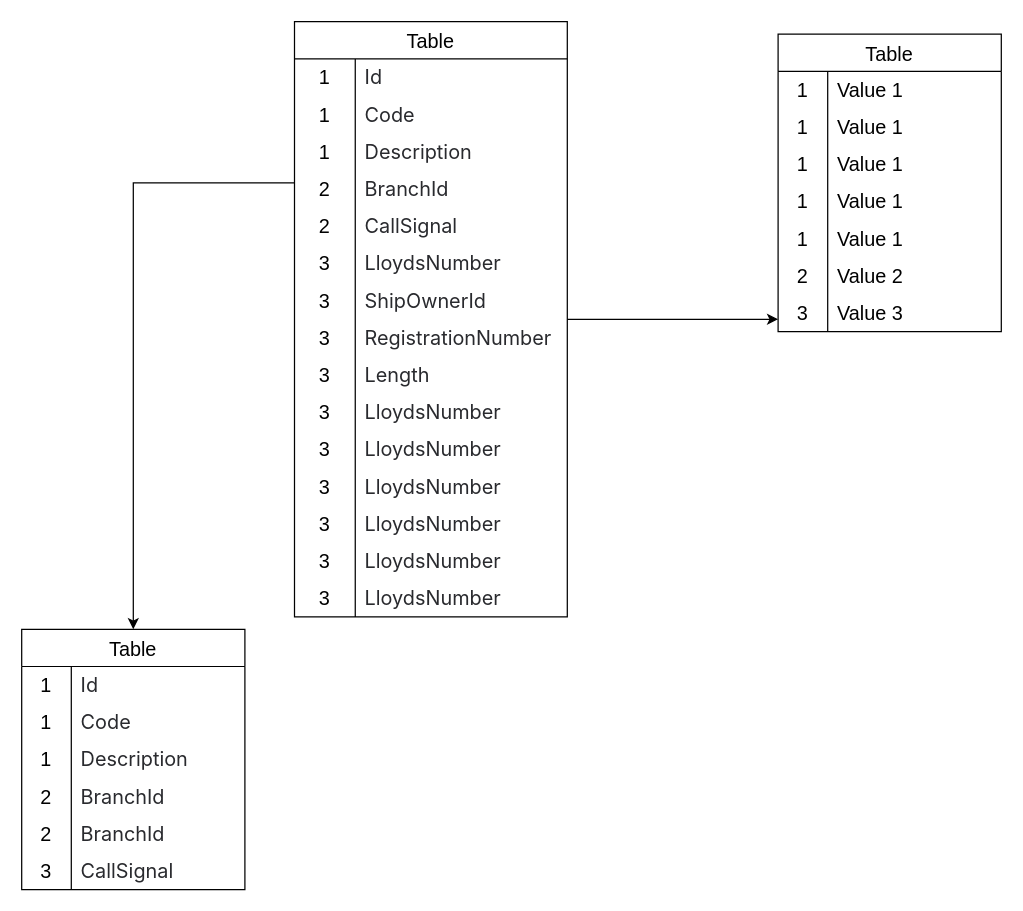
arreyes-dev/diagrams-romeu-shipping keeps this draw.io diagram as 105904/105904.drawio. Above is the earlier version. Source tidied: cells renumbered, new cells numbered last; positions are measured from the earlier drawing's top-left corner, leaving out a move shared by most shapes. Both pictures are drawn from the tidied source at 124%, with x=0, y=0 at pixel (21, 21).
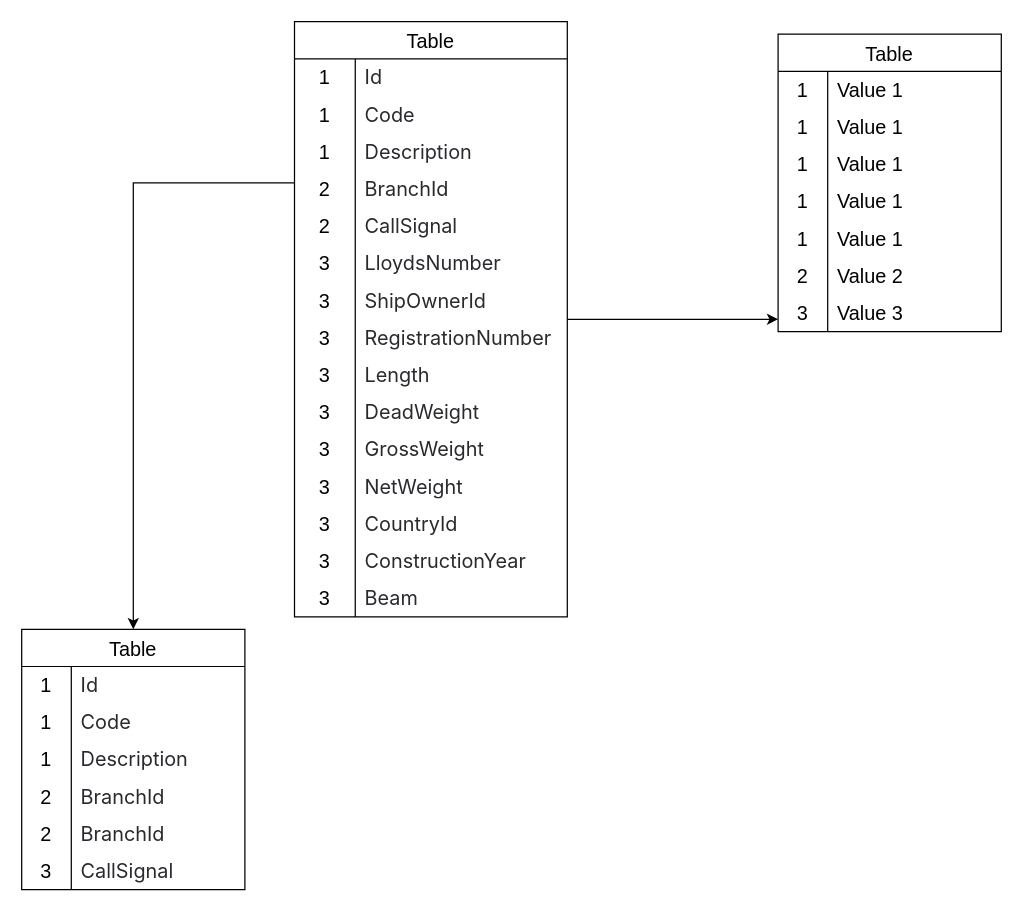
The same diagram, later.

The change refers to these unchanged cells:
```xml
<mxCell id="32" style="shape=tableRow;horizontal=0;startSize=0;swimlaneHead=0;swimlaneBody=0;top=0;left=0;bottom=0;right=0;fillColor=none;strokeColor=inherit;fontSize=16;" parent="4" vertex="1">
  <mxGeometry y="300" width="220" height="30" as="geometry" />
</mxCell>
<mxCell id="35" style="shape=tableRow;horizontal=0;startSize=0;swimlaneHead=0;swimlaneBody=0;top=0;left=0;bottom=0;right=0;fillColor=none;strokeColor=inherit;fontSize=16;" parent="4" vertex="1">
  <mxGeometry y="330" width="220" height="30" as="geometry" />
</mxCell>
<mxCell id="38" style="shape=tableRow;horizontal=0;startSize=0;swimlaneHead=0;swimlaneBody=0;top=0;left=0;bottom=0;right=0;fillColor=none;strokeColor=inherit;fontSize=16;" parent="4" vertex="1">
  <mxGeometry y="360" width="220" height="30" as="geometry" />
</mxCell>
<mxCell id="41" style="shape=tableRow;horizontal=0;startSize=0;swimlaneHead=0;swimlaneBody=0;top=0;left=0;bottom=0;right=0;fillColor=none;strokeColor=inherit;fontSize=16;" parent="4" vertex="1">
  <mxGeometry y="390" width="220" height="30" as="geometry" />
</mxCell>
<mxCell id="44" style="shape=tableRow;horizontal=0;startSize=0;swimlaneHead=0;swimlaneBody=0;top=0;left=0;bottom=0;right=0;fillColor=none;strokeColor=inherit;fontSize=16;" parent="4" vertex="1">
  <mxGeometry y="420" width="220" height="30" as="geometry" />
</mxCell>
<mxCell id="47" style="shape=tableRow;horizontal=0;startSize=0;swimlaneHead=0;swimlaneBody=0;top=0;left=0;bottom=0;right=0;fillColor=none;strokeColor=inherit;fontSize=16;" parent="4" vertex="1">
  <mxGeometry y="450" width="220" height="30" as="geometry" />
</mxCell>
```

What changed in the source:
```diff
@@
-    <mxCell id="34" value="&lt;span style=&quot;color: rgb(41, 42, 46); font-family: &amp;quot;Atlassian Sans&amp;quot;, ui-sans-serif, -apple-system, BlinkMacSystemFont, &amp;quot;Segoe UI&amp;quot;, Ubuntu, &amp;quot;Helvetica Neue&amp;quot;, sans-serif; white-space-collapse: preserve; background-color: rgb(255, 255, 255);&quot;&gt;LloydsNumber&lt;/span&gt;" style="shape=partialRectangle;html=1;whiteSpace=wrap;fillColor=none;top=0;left=0;bottom=0;right=0;align=left;spacingLeft=6;overflow=hidden;strokeColor=inherit;fontSize=16;" parent="32" vertex="1">
+    <mxCell id="34" value="&lt;span style=&quot;color: rgb(41, 42, 46); font-family: &amp;quot;Atlassian Sans&amp;quot;, ui-sans-serif, -apple-system, BlinkMacSystemFont, &amp;quot;Segoe UI&amp;quot;, Ubuntu, &amp;quot;Helvetica Neue&amp;quot;, sans-serif; white-space-collapse: preserve; background-color: rgb(255, 255, 255);&quot;&gt;DeadWeight&lt;/span&gt;" style="shape=partialRectangle;html=1;whiteSpace=wrap;fillColor=none;top=0;left=0;bottom=0;right=0;align=left;spacingLeft=6;overflow=hidden;strokeColor=inherit;fontSize=16;" parent="32" vertex="1">
       <mxGeometry x="49" width="171" height="30" as="geometry" />
     </mxCell>
@@
-    <mxCell id="37" value="&lt;span style=&quot;color: rgb(41, 42, 46); font-family: &amp;quot;Atlassian Sans&amp;quot;, ui-sans-serif, -apple-system, BlinkMacSystemFont, &amp;quot;Segoe UI&amp;quot;, Ubuntu, &amp;quot;Helvetica Neue&amp;quot;, sans-serif; white-space-collapse: preserve; background-color: rgb(255, 255, 255);&quot;&gt;LloydsNumber&lt;/span&gt;" style="shape=partialRectangle;html=1;whiteSpace=wrap;fillColor=none;top=0;left=0;bottom=0;right=0;align=left;spacingLeft=6;overflow=hidden;strokeColor=inherit;fontSize=16;" parent="35" vertex="1">
+    <mxCell id="37" value="&lt;span style=&quot;color: rgb(41, 42, 46); font-family: &amp;quot;Atlassian Sans&amp;quot;, ui-sans-serif, -apple-system, BlinkMacSystemFont, &amp;quot;Segoe UI&amp;quot;, Ubuntu, &amp;quot;Helvetica Neue&amp;quot;, sans-serif; white-space-collapse: preserve; background-color: rgb(255, 255, 255);&quot;&gt;GrossWeight&lt;/span&gt;" style="shape=partialRectangle;html=1;whiteSpace=wrap;fillColor=none;top=0;left=0;bottom=0;right=0;align=left;spacingLeft=6;overflow=hidden;strokeColor=inherit;fontSize=16;" parent="35" vertex="1">
       <mxGeometry x="49" width="171" height="30" as="geometry" />
     </mxCell>
@@
-    <mxCell id="40" value="&lt;span style=&quot;color: rgb(41, 42, 46); font-family: &amp;quot;Atlassian Sans&amp;quot;, ui-sans-serif, -apple-system, BlinkMacSystemFont, &amp;quot;Segoe UI&amp;quot;, Ubuntu, &amp;quot;Helvetica Neue&amp;quot;, sans-serif; white-space-collapse: preserve; background-color: rgb(255, 255, 255);&quot;&gt;LloydsNumber&lt;/span&gt;" style="shape=partialRectangle;html=1;whiteSpace=wrap;fillColor=none;top=0;left=0;bottom=0;right=0;align=left;spacingLeft=6;overflow=hidden;strokeColor=inherit;fontSize=16;" parent="38" vertex="1">
+    <mxCell id="40" value="&lt;span style=&quot;color: rgb(41, 42, 46); font-family: &amp;quot;Atlassian Sans&amp;quot;, ui-sans-serif, -apple-system, BlinkMacSystemFont, &amp;quot;Segoe UI&amp;quot;, Ubuntu, &amp;quot;Helvetica Neue&amp;quot;, sans-serif; white-space-collapse: preserve; background-color: rgb(255, 255, 255);&quot;&gt;NetWeight&lt;/span&gt;" style="shape=partialRectangle;html=1;whiteSpace=wrap;fillColor=none;top=0;left=0;bottom=0;right=0;align=left;spacingLeft=6;overflow=hidden;strokeColor=inherit;fontSize=16;" parent="38" vertex="1">
       <mxGeometry x="49" width="171" height="30" as="geometry" />
     </mxCell>
@@
-    <mxCell id="43" value="&lt;span style=&quot;color: rgb(41, 42, 46); font-family: &amp;quot;Atlassian Sans&amp;quot;, ui-sans-serif, -apple-system, BlinkMacSystemFont, &amp;quot;Segoe UI&amp;quot;, Ubuntu, &amp;quot;Helvetica Neue&amp;quot;, sans-serif; white-space-collapse: preserve; background-color: rgb(255, 255, 255);&quot;&gt;LloydsNumber&lt;/span&gt;" style="shape=partialRectangle;html=1;whiteSpace=wrap;fillColor=none;top=0;left=0;bottom=0;right=0;align=left;spacingLeft=6;overflow=hidden;strokeColor=inherit;fontSize=16;" parent="41" vertex="1">
+    <mxCell id="43" value="&lt;span style=&quot;color: rgb(41, 42, 46); font-family: &amp;quot;Atlassian Sans&amp;quot;, ui-sans-serif, -apple-system, BlinkMacSystemFont, &amp;quot;Segoe UI&amp;quot;, Ubuntu, &amp;quot;Helvetica Neue&amp;quot;, sans-serif; white-space-collapse: preserve; background-color: rgb(255, 255, 255);&quot;&gt;CountryId&lt;/span&gt;" style="shape=partialRectangle;html=1;whiteSpace=wrap;fillColor=none;top=0;left=0;bottom=0;right=0;align=left;spacingLeft=6;overflow=hidden;strokeColor=inherit;fontSize=16;" parent="41" vertex="1">
       <mxGeometry x="49" width="171" height="30" as="geometry" />
     </mxCell>
@@
-    <mxCell id="46" value="&lt;span style=&quot;color: rgb(41, 42, 46); font-family: &amp;quot;Atlassian Sans&amp;quot;, ui-sans-serif, -apple-system, BlinkMacSystemFont, &amp;quot;Segoe UI&amp;quot;, Ubuntu, &amp;quot;Helvetica Neue&amp;quot;, sans-serif; white-space-collapse: preserve; background-color: rgb(255, 255, 255);&quot;&gt;LloydsNumber&lt;/span&gt;" style="shape=partialRectangle;html=1;whiteSpace=wrap;fillColor=none;top=0;left=0;bottom=0;right=0;align=left;spacingLeft=6;overflow=hidden;strokeColor=inherit;fontSize=16;" parent="44" vertex="1">
+    <mxCell id="46" value="&lt;span style=&quot;color: rgb(41, 42, 46); font-family: &amp;quot;Atlassian Sans&amp;quot;, ui-sans-serif, -apple-system, BlinkMacSystemFont, &amp;quot;Segoe UI&amp;quot;, Ubuntu, &amp;quot;Helvetica Neue&amp;quot;, sans-serif; white-space-collapse: preserve; background-color: rgb(255, 255, 255);&quot;&gt;ConstructionYear&lt;/span&gt;" style="shape=partialRectangle;html=1;whiteSpace=wrap;fillColor=none;top=0;left=0;bottom=0;right=0;align=left;spacingLeft=6;overflow=hidden;strokeColor=inherit;fontSize=16;" parent="44" vertex="1">
       <mxGeometry x="49" width="171" height="30" as="geometry" />
     </mxCell>
@@
-    <mxCell id="49" value="&lt;span style=&quot;color: rgb(41, 42, 46); font-family: &amp;quot;Atlassian Sans&amp;quot;, ui-sans-serif, -apple-system, BlinkMacSystemFont, &amp;quot;Segoe UI&amp;quot;, Ubuntu, &amp;quot;Helvetica Neue&amp;quot;, sans-serif; white-space-collapse: preserve; background-color: rgb(255, 255, 255);&quot;&gt;LloydsNumber&lt;/span&gt;" style="shape=partialRectangle;html=1;whiteSpace=wrap;fillColor=none;top=0;left=0;bottom=0;right=0;align=left;spacingLeft=6;overflow=hidden;strokeColor=inherit;fontSize=16;" parent="47" vertex="1">
+    <mxCell id="49" value="&lt;span style=&quot;color: rgb(41, 42, 46); font-family: &amp;quot;Atlassian Sans&amp;quot;, ui-sans-serif, -apple-system, BlinkMacSystemFont, &amp;quot;Segoe UI&amp;quot;, Ubuntu, &amp;quot;Helvetica Neue&amp;quot;, sans-serif; white-space-collapse: preserve; background-color: rgb(255, 255, 255);&quot;&gt;Beam&lt;/span&gt;" style="shape=partialRectangle;html=1;whiteSpace=wrap;fillColor=none;top=0;left=0;bottom=0;right=0;align=left;spacingLeft=6;overflow=hidden;strokeColor=inherit;fontSize=16;" parent="47" vertex="1">
       <mxGeometry x="49" width="171" height="30" as="geometry" />
     </mxCell>
```
